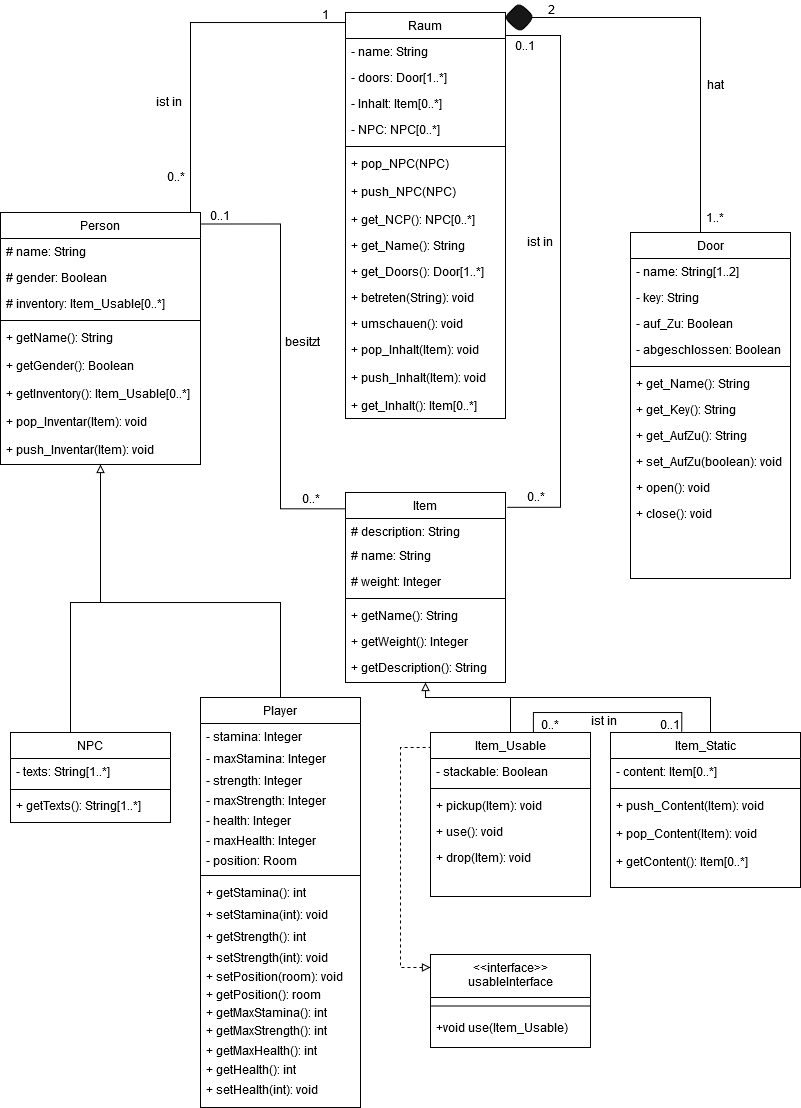
Above: Klassendiagram.png in Elegond/AE-Text-Adventure (draw.io), before the change. Source tidied: cells renumbered, new cells last; positions are measured from the earlier drawing's top-left corner, leaving out a move shared by most shapes.
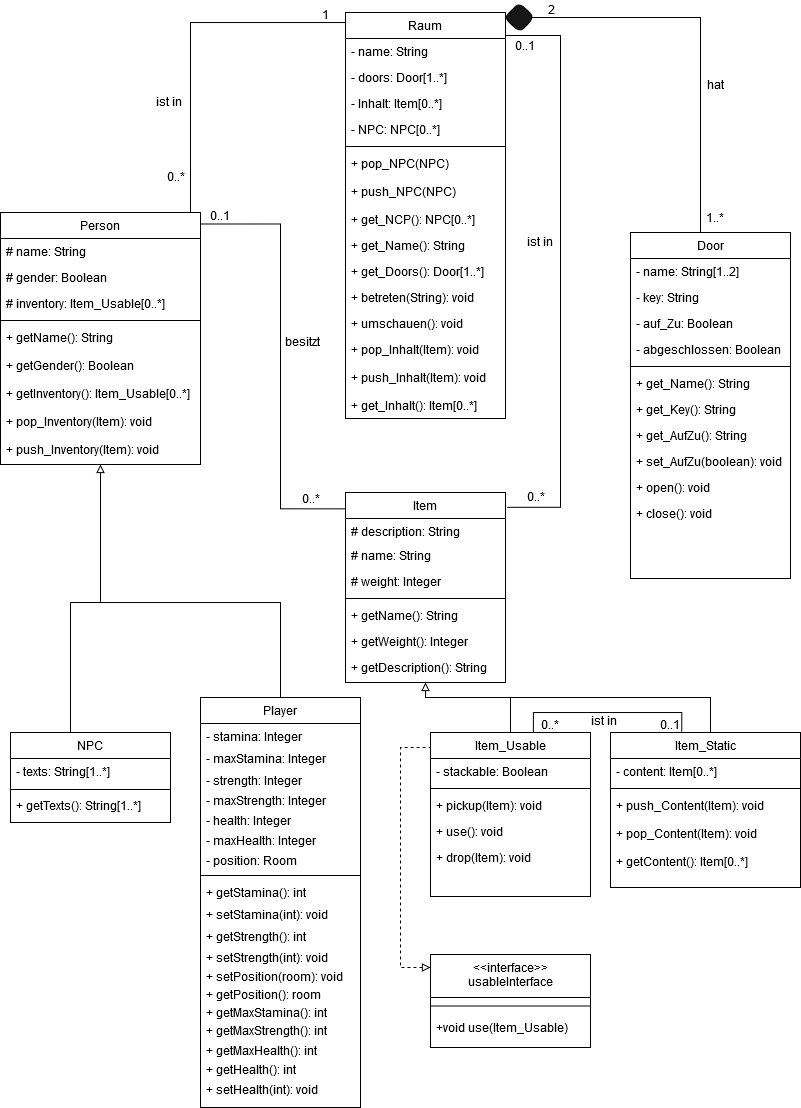
After the change.

The edit, as a diff of the source:
```diff
@@ -34,10 +34,10 @@
     <mxCell id="10" value="+ getInventory(): Item_Usable[0..*]" style="text;align=left;verticalAlign=top;spacingLeft=4;spacingRight=4;overflow=hidden;" parent="3" vertex="1">
       <mxGeometry y="168" width="200" height="28" as="geometry" />
     </mxCell>
-    <mxCell id="11" value="+ pop_Inventar(Item): void" style="text;align=left;verticalAlign=top;spacingLeft=4;spacingRight=4;overflow=hidden;" parent="3" vertex="1">
+    <mxCell id="11" value="+ pop_Inventory(Item): void" style="text;align=left;verticalAlign=top;spacingLeft=4;spacingRight=4;overflow=hidden;" parent="3" vertex="1">
       <mxGeometry y="196" width="200" height="28" as="geometry" />
     </mxCell>
-    <mxCell id="12" value="+ push_Inventar(Item): void" style="text;align=left;verticalAlign=top;spacingLeft=4;spacingRight=4;overflow=hidden;" parent="3" vertex="1">
+    <mxCell id="12" value="+ push_Inventory(Item): void" style="text;align=left;verticalAlign=top;spacingLeft=4;spacingRight=4;overflow=hidden;" parent="3" vertex="1">
       <mxGeometry y="224" width="200" height="28" as="geometry" />
     </mxCell>
     <mxCell id="13" value="Raum" style="swimlane;fontStyle=0;align=center;verticalAlign=top;horizontal=1;startSize=26;rounded=0;shadow=0;strokeWidth=1;" parent="1" vertex="1">
```
